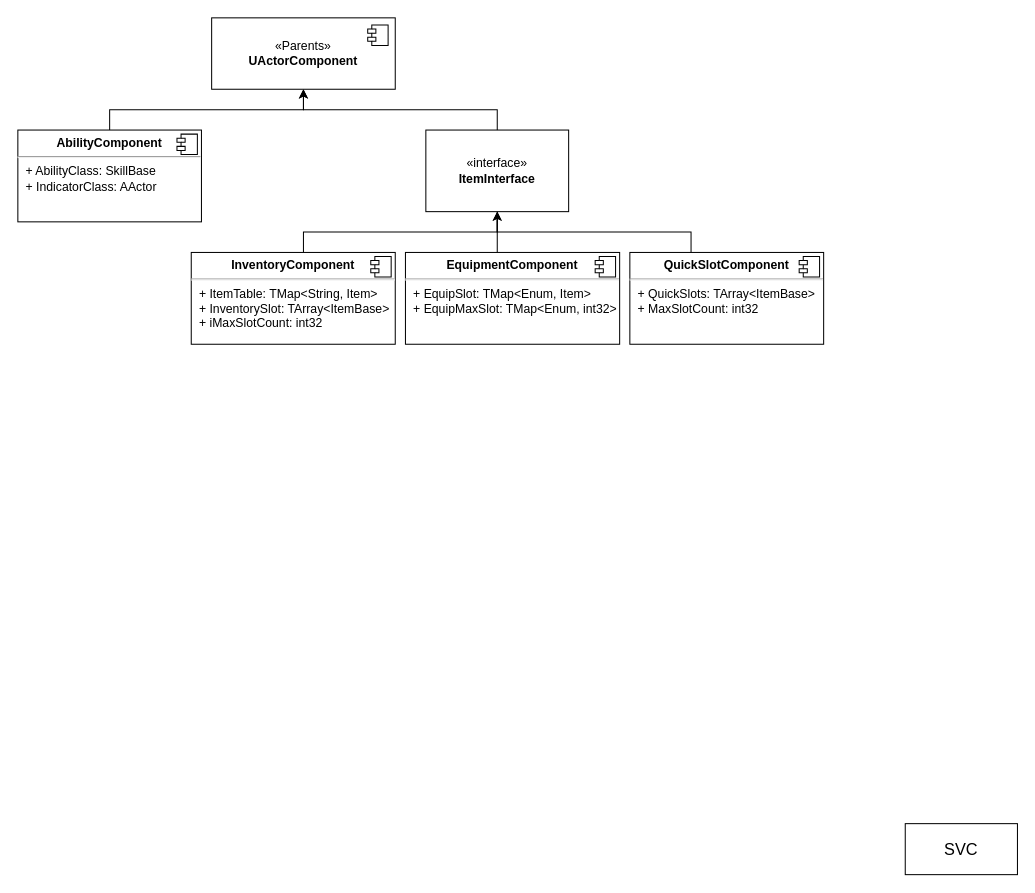
Above: page "페이지-2" (2 of 4) of LostArc Diagram.drawio in JinhoKims/LostArc (draw.io), before the change. Source tidied: cells renumbered, new cells numbered last; positions are measured from the earlier drawing's top-left corner, leaving out a move shared by most shapes. Both pictures are drawn from the tidied source at 102%, with x=0, y=0 at pixel (17, 17).
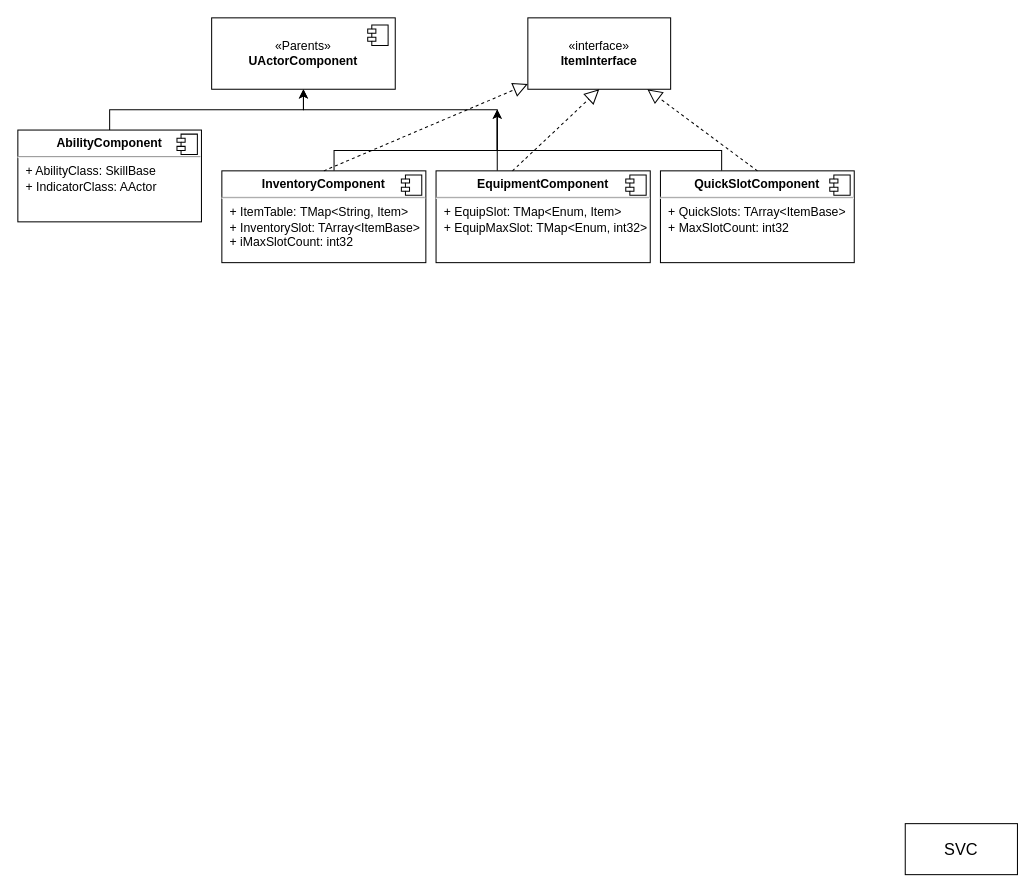
The same diagram, later.

The edit, as a diff of the source:
```diff
@@
     <mxCell id="5" style="edgeStyle=orthogonalEdgeStyle;rounded=0;jettySize=auto;html=1;" parent="1" edge="1" source="6">
       <mxGeometry relative="1" as="geometry">
-        <mxPoint x="470" y="190" as="targetPoint" />
+        <mxPoint x="470" y="90" as="targetPoint" />
         <Array as="points">
-          <mxPoint x="280" y="210" />
-          <mxPoint x="470" y="210" />
+          <mxPoint x="310" y="130" />
+          <mxPoint x="470" y="130" />
+          <mxPoint x="470" y="110" />
         </Array>
       </mxGeometry>
     </mxCell>
     <mxCell id="6" value="&lt;p style=&quot;margin:0px;margin-top:6px;text-align:center;&quot;&gt;&lt;b&gt;InventoryComponent&lt;/b&gt;&lt;/p&gt;&lt;hr&gt;&lt;p style=&quot;margin:0px;margin-left:8px;&quot;&gt;+&amp;nbsp;ItemTable&lt;span style=&quot;background-color: initial;&quot;&gt;:&amp;nbsp;&lt;/span&gt;TMap&amp;lt;String, Item&amp;gt;&lt;/p&gt;&lt;p style=&quot;margin:0px;margin-left:8px;&quot;&gt;+&amp;nbsp;InventorySlot&lt;span style=&quot;background-color: initial;&quot;&gt;: TArray&amp;lt;&lt;/span&gt;ItemBase&amp;gt;&lt;/p&gt;&lt;p style=&quot;margin:0px;margin-left:8px;&quot;&gt;+ iMaxSlotCount: int32&lt;/p&gt;" style="align=left;overflow=fill;html=1;whiteSpace=wrap;" parent="1" vertex="1">
-      <mxGeometry x="170" y="230" width="200" height="90" as="geometry" />
+      <mxGeometry x="200" y="150" width="200" height="90" as="geometry" />
     </mxCell>
@@
     <mxCell id="9" value="&lt;p style=&quot;margin:0px;margin-top:6px;text-align:center;&quot;&gt;&lt;b&gt;EquipmentComponent&lt;/b&gt;&lt;/p&gt;&lt;hr&gt;&lt;p style=&quot;border-color: var(--border-color); margin: 0px 0px 0px 8px;&quot;&gt;+&amp;nbsp;EquipSlot: TMap&amp;lt;Enum, Item&amp;gt;&lt;/p&gt;&lt;p style=&quot;border-color: var(--border-color); margin: 0px 0px 0px 8px;&quot;&gt;+&amp;nbsp;EquipMaxSlot&lt;span style=&quot;background-color: initial;&quot;&gt;: TMap&amp;lt;Enum, int32&amp;gt;&lt;/span&gt;&lt;/p&gt;" style="align=left;overflow=fill;html=1;whiteSpace=wrap;" parent="1" vertex="1">
-      <mxGeometry x="380" y="230" width="210" height="90" as="geometry" />
+      <mxGeometry x="410" y="150" width="210" height="90" as="geometry" />
     </mxCell>
@@
     <mxCell id="13" style="edgeStyle=orthogonalEdgeStyle;rounded=0;jettySize=auto;html=1;" parent="1" edge="1" source="14">
       <mxGeometry relative="1" as="geometry">
-        <mxPoint x="470" y="190" as="targetPoint" />
+        <mxPoint x="470" y="90" as="targetPoint" />
         <Array as="points">
-          <mxPoint x="660" y="210" />
-          <mxPoint x="470" y="210" />
+          <mxPoint x="690" y="130" />
+          <mxPoint x="470" y="130" />
+          <mxPoint x="470" y="110" />
         </Array>
       </mxGeometry>
     </mxCell>
     <mxCell id="14" value="&lt;p style=&quot;margin:0px;margin-top:6px;text-align:center;&quot;&gt;&lt;b&gt;QuickSlotComponent&lt;/b&gt;&lt;/p&gt;&lt;hr&gt;&lt;p style=&quot;margin:0px;margin-left:8px;&quot;&gt;+ QuickSlots: TArray&amp;lt;ItemBase&amp;gt;&lt;br&gt;+&amp;nbsp;MaxSlotCount&lt;span style=&quot;background-color: initial;&quot;&gt;: int32&lt;/span&gt;&lt;/p&gt;" style="align=left;overflow=fill;html=1;whiteSpace=wrap;" parent="1" vertex="1">
-      <mxGeometry x="600" y="230" width="190" height="90" as="geometry" />
+      <mxGeometry x="630" y="150" width="190" height="90" as="geometry" />
     </mxCell>
@@
     <mxCell id="16" value="«interface»&lt;br&gt;&lt;b&gt;ItemInterface&lt;/b&gt;" style="html=1;whiteSpace=wrap;" parent="1" vertex="1">
-      <mxGeometry x="400" y="110" width="140" height="80" as="geometry" />
+      <mxGeometry x="500" width="140" height="70" as="geometry" />
     </mxCell>
@@
+    <mxCell id="18" style="endArrow=block;dashed=1;endFill=0;endSize=12;html=1;rounded=0;fontSize=12;curved=1;exitX=0.5;exitY=0;exitDx=0;exitDy=0;" parent="1" edge="1" source="6" target="16">
+      <mxGeometry relative="1" as="geometry" />
+    </mxCell>
+    <mxCell id="19" style="endArrow=block;dashed=1;endFill=0;endSize=12;html=1;rounded=0;fontSize=12;curved=1;entryX=0.5;entryY=1;entryDx=0;entryDy=0;exitX=0.357;exitY=0;exitDx=0;exitDy=0;exitPerimeter=0;" parent="1" edge="1" source="9" target="16">
+      <mxGeometry relative="1" as="geometry" />
+    </mxCell>
+    <mxCell id="20" style="endArrow=block;dashed=1;endFill=0;endSize=12;html=1;rounded=0;fontSize=12;curved=1;exitX=0.5;exitY=0;exitDx=0;exitDy=0;" parent="1" edge="1" source="14" target="16">
+      <mxGeometry relative="1" as="geometry" />
+    </mxCell>
```
